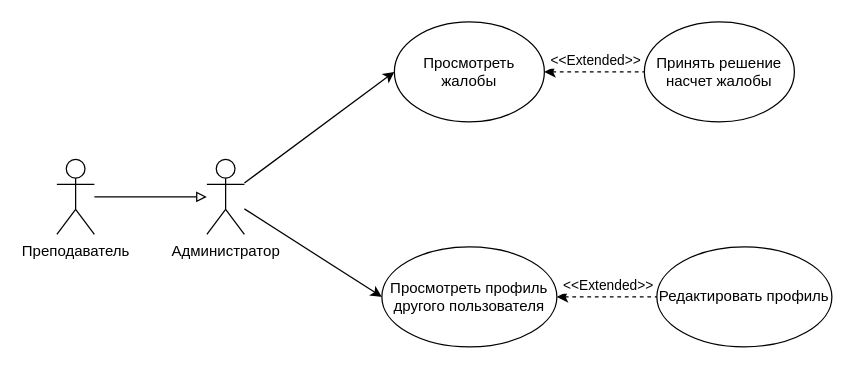
This is Diagrams/Use Case Diagrams/Диаграмма прецедентов(Администратор).drawio from daniilShestopalov/Group_project_on_programming-_technologies-ProjectPal-, a draw.io file, before an edit. Source tidied: cells renumbered, new cells numbered last; positions are measured from the earlier drawing's top-left corner, leaving out a move shared by most shapes. Both pictures are drawn from the tidied source at 125%, with x=0, y=0 at pixel (56, 21).
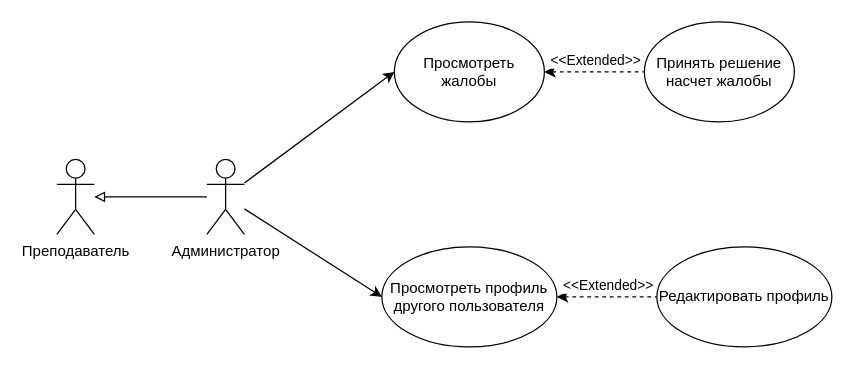
The same diagram, later.

What changed in the source:
```diff
@@
 <mxGraphModel>
   <root>
     <mxCell id="0" />
     <mxCell id="1" parent="0" />
     <mxCell id="2" value="Администратор" style="shape=umlActor;verticalLabelPosition=bottom;verticalAlign=top;html=1;outlineConnect=0;" parent="1" vertex="1">
       <mxGeometry x="120" y="110" width="30" height="60" as="geometry" />
     </mxCell>
     <mxCell id="3" value="Преподаватель" style="shape=umlActor;verticalLabelPosition=bottom;verticalAlign=top;html=1;outlineConnect=0;" parent="1" vertex="1">
       <mxGeometry y="110" width="30" height="60" as="geometry" />
     </mxCell>
-    <mxCell id="4" style="endArrow=block;html=1;rounded=0;endFill=0;" parent="1" edge="1" source="3" target="2">
+    <mxCell id="4" style="endArrow=none;html=1;rounded=0;endFill=0;startArrow=block;startFill=0;" parent="1" edge="1" source="3" target="2">
       <mxGeometry relative="1" as="geometry" />
     </mxCell>
     <mxCell id="5" style="edgeStyle=orthogonalEdgeStyle;rounded=0;jettySize=auto;html=1;endArrow=none;endFill=0;startArrow=classic;startFill=1;dashed=1;" parent="1" edge="1" source="7" target="11">
       <mxGeometry relative="1" as="geometry" />
     </mxCell>
     <mxCell id="6" value="&amp;lt;&amp;lt;Extended&amp;gt;&amp;gt;" style="edgeLabel;html=1;align=center;verticalAlign=middle;" parent="5" vertex="1">
       <mxGeometry x="0.14" relative="1" as="geometry">
         <mxPoint x="-6" y="-10" as="offset" />
       </mxGeometry>
     </mxCell>
     <mxCell id="7" value="Просмотреть жалобы" style="ellipse;whiteSpace=wrap;html=1;" parent="1" vertex="1">
       <mxGeometry x="270" width="120" height="80" as="geometry" />
     </mxCell>
     <mxCell id="8" style="edgeStyle=orthogonalEdgeStyle;rounded=0;jettySize=auto;html=1;startArrow=classic;startFill=1;endArrow=none;endFill=0;dashed=1;" parent="1" edge="1" source="10" target="12">
       <mxGeometry relative="1" as="geometry" />
     </mxCell>
     <mxCell id="9" value="&amp;lt;&amp;lt;Extended&amp;gt;&amp;gt;" style="edgeLabel;html=1;align=center;verticalAlign=middle;" parent="8" vertex="1">
       <mxGeometry x="-0.21" relative="1" as="geometry">
         <mxPoint x="8" y="-10" as="offset" />
       </mxGeometry>
     </mxCell>
     <mxCell id="10" value="Просмотреть профиль другого пользователя" style="ellipse;whiteSpace=wrap;html=1;" parent="1" vertex="1">
       <mxGeometry x="260" y="180" width="140" height="80" as="geometry" />
     </mxCell>
     <mxCell id="11" value="Принять решение насчет жалобы" style="ellipse;whiteSpace=wrap;html=1;" parent="1" vertex="1">
       <mxGeometry x="470" width="120" height="80" as="geometry" />
     </mxCell>
     <mxCell id="12" value="Редактировать профиль" style="ellipse;whiteSpace=wrap;html=1;" parent="1" vertex="1">
       <mxGeometry x="480" y="180" width="140" height="80" as="geometry" />
     </mxCell>
     <mxCell id="13" style="endArrow=classic;html=1;rounded=0;entryX=0;entryY=0.5;entryDx=0;entryDy=0;endFill=1;" parent="1" edge="1" source="2" target="10">
       <mxGeometry relative="1" as="geometry" />
     </mxCell>
     <mxCell id="14" style="endArrow=classic;html=1;rounded=0;entryX=0;entryY=0.5;entryDx=0;entryDy=0;endFill=1;" parent="1" edge="1" source="2" target="7">
       <mxGeometry relative="1" as="geometry" />
     </mxCell>
   </root>
 </mxGraphModel>
```
